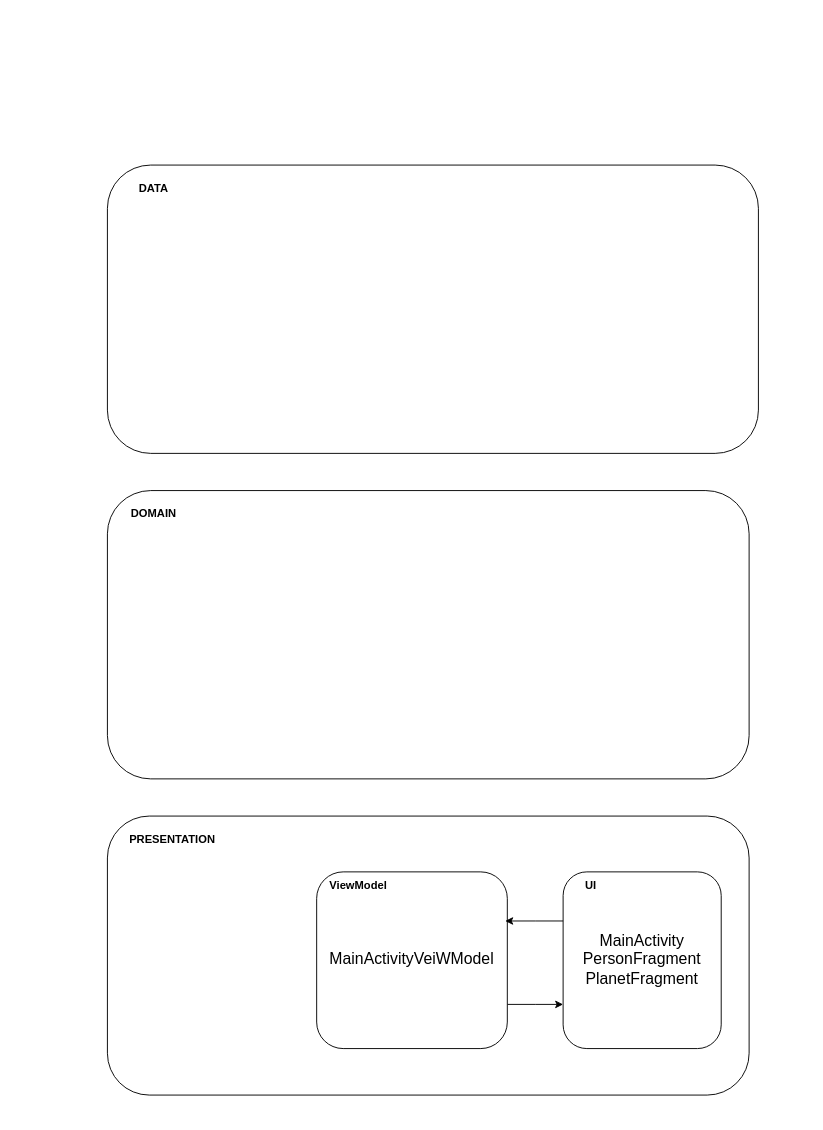
borsalinho/movieapp_test keeps this draw.io diagram as architecture.drawio. Above is the earlier version. Source tidied: cells renumbered, new cells numbered last; positions are measured from the earlier drawing's top-left corner, leaving out a move shared by most shapes. Both pictures are drawn from the tidied source at 93%, with x=0, y=0 at pixel (107, 165).
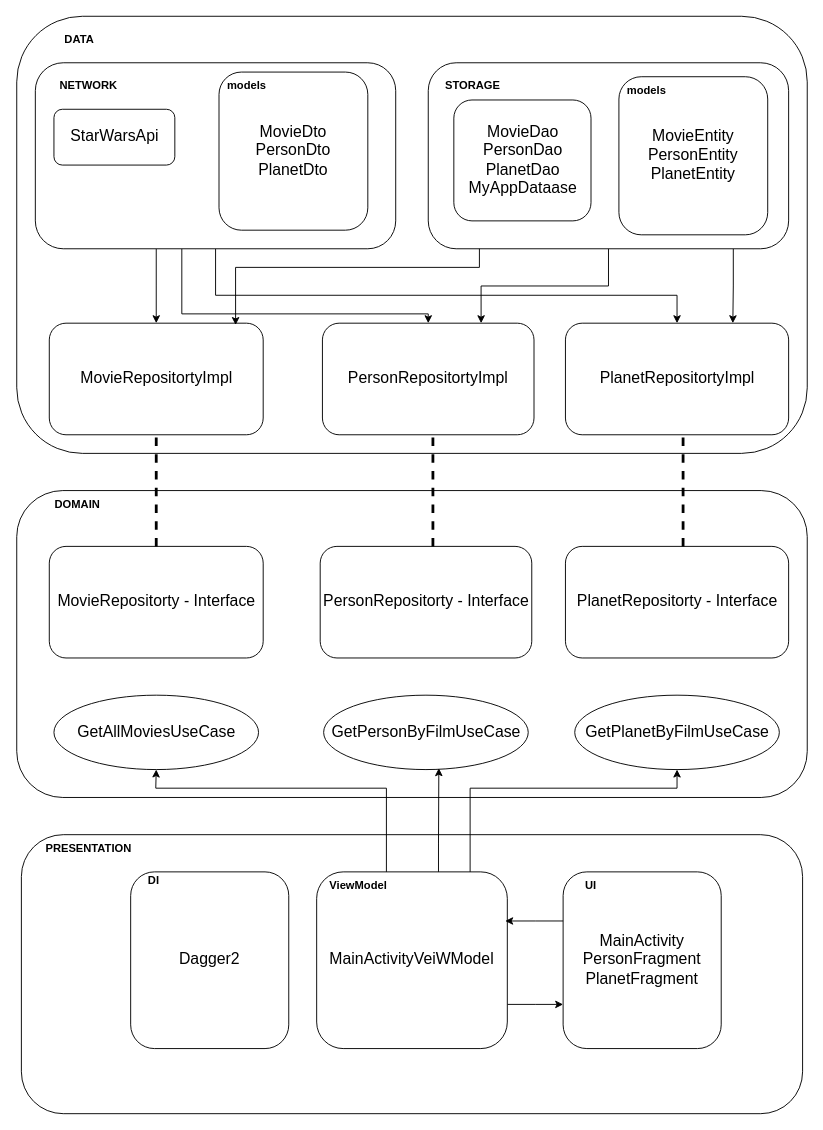
The same page after the edit.

Unchanged cells that the change refers to:
```xml
<mxCell id="9" value="&lt;font style=&quot;font-size: 17px;&quot;&gt;MainActivityVeiWModel&lt;/font&gt;" style="rounded=1;whiteSpace=wrap;html=1;" parent="1" vertex="1">
  <mxGeometry x="225" y="760" width="205" height="190" as="geometry" />
</mxCell>
```

The edit, as a diff of the source:
```diff
@@
-    <mxCell id="2" style="rounded=1;whiteSpace=wrap;html=1;fontStyle=1;" parent="1" vertex="1">
-      <mxGeometry width="700" height="310" as="geometry" />
-    </mxCell>
-    <mxCell id="3" value="DATA" style="text;html=1;align=center;verticalAlign=middle;whiteSpace=wrap;rounded=0;fontStyle=1;" parent="1" vertex="1">
-      <mxGeometry x="20" y="10" width="60" height="30" as="geometry" />
-    </mxCell>
     <mxCell id="4" style="rounded=1;whiteSpace=wrap;html=1;fontStyle=1;" parent="1" vertex="1">
-      <mxGeometry y="350" width="690" height="310" as="geometry" />
+      <mxGeometry x="-97.5" y="350" width="850" height="330" as="geometry" />
     </mxCell>
     <mxCell id="5" value="DOMAIN" style="text;html=1;align=center;verticalAlign=middle;whiteSpace=wrap;rounded=0;fontStyle=1;" parent="1" vertex="1">
-      <mxGeometry x="20" y="360" width="60" height="30" as="geometry" />
+      <mxGeometry x="-62.5" y="350" width="60" height="30" as="geometry" />
     </mxCell>
     <mxCell id="6" style="rounded=1;whiteSpace=wrap;html=1;fontStyle=1;" parent="1" vertex="1">
-      <mxGeometry y="700" width="690" height="300" as="geometry" />
+      <mxGeometry x="-92.5" y="720" width="840" height="300" as="geometry" />
     </mxCell>
     <mxCell id="7" value="PRESENTATION" style="text;html=1;align=center;verticalAlign=middle;whiteSpace=wrap;rounded=0;fontStyle=1;" parent="1" vertex="1">
-      <mxGeometry x="40" y="710" width="60" height="30" as="geometry" />
+      <mxGeometry x="-50" y="720" width="60" height="30" as="geometry" />
     </mxCell>
@@
+    <mxCell id="14" style="edgeStyle=orthogonalEdgeStyle;rounded=0;jettySize=auto;html=1;entryX=0.5;entryY=1;entryDx=0;entryDy=0;" parent="1" edge="1" source="9" target="20">
+      <mxGeometry relative="1" as="geometry">
+        <Array as="points">
+          <mxPoint x="390" y="670" />
+          <mxPoint x="613" y="670" />
+        </Array>
+      </mxGeometry>
+    </mxCell>
+    <mxCell id="15" style="edgeStyle=orthogonalEdgeStyle;rounded=0;jettySize=auto;html=1;" parent="1" edge="1" source="9" target="18">
+      <mxGeometry relative="1" as="geometry">
+        <Array as="points">
+          <mxPoint x="300" y="670" />
+          <mxPoint x="52" y="670" />
+        </Array>
+      </mxGeometry>
+    </mxCell>
@@
+    <mxCell id="16" value="&lt;font style=&quot;font-size: 17px;&quot;&gt;Dagger2&lt;/font&gt;" style="rounded=1;whiteSpace=wrap;html=1;" parent="1" vertex="1">
+      <mxGeometry x="25" y="760" width="170" height="190" as="geometry" />
+    </mxCell>
+    <mxCell id="17" value="DI" style="text;html=1;align=center;verticalAlign=middle;whiteSpace=wrap;rounded=0;fontStyle=1;" parent="1" vertex="1">
+      <mxGeometry x="20" y="760" width="60" height="20" as="geometry" />
+    </mxCell>
+    <mxCell id="18" value="&lt;font style=&quot;font-size: 17px;&quot;&gt;GetAllMoviesUseCase&lt;/font&gt;" style="ellipse;whiteSpace=wrap;html=1;" parent="1" vertex="1">
+      <mxGeometry x="-57.5" y="570" width="220" height="80" as="geometry" />
+    </mxCell>
+    <mxCell id="19" value="&lt;font style=&quot;font-size: 17px;&quot;&gt;GetPersonByFilmUseCase&lt;/font&gt;" style="ellipse;whiteSpace=wrap;html=1;" parent="1" vertex="1">
+      <mxGeometry x="232.5" y="570" width="220" height="80" as="geometry" />
+    </mxCell>
+    <mxCell id="20" value="&lt;font style=&quot;font-size: 17px;&quot;&gt;GetPlanetByFilmUseCase&lt;/font&gt;" style="ellipse;whiteSpace=wrap;html=1;" parent="1" vertex="1">
+      <mxGeometry x="502.5" y="570" width="220" height="80" as="geometry" />
+    </mxCell>
+    <mxCell id="21" value="&lt;font style=&quot;font-size: 17px;&quot;&gt;MovieRepositorty - Interface&lt;/font&gt;" style="rounded=1;whiteSpace=wrap;html=1;" parent="1" vertex="1">
+      <mxGeometry x="-62.5" y="410" width="230" height="120" as="geometry" />
+    </mxCell>
+    <mxCell id="22" value="&lt;font style=&quot;font-size: 17px;&quot;&gt;PersonRepositorty - Interface&lt;/font&gt;" style="rounded=1;whiteSpace=wrap;html=1;" parent="1" vertex="1">
+      <mxGeometry x="228.8" y="410" width="227.5" height="120" as="geometry" />
+    </mxCell>
+    <mxCell id="23" value="&lt;font style=&quot;font-size: 17px;&quot;&gt;PlanetRepositorty - Interface&lt;/font&gt;" style="rounded=1;whiteSpace=wrap;html=1;" parent="1" vertex="1">
+      <mxGeometry x="492.5" y="410" width="240" height="120" as="geometry" />
+    </mxCell>
+    <mxCell id="24" style="rounded=1;whiteSpace=wrap;html=1;fontStyle=1;" parent="1" vertex="1">
+      <mxGeometry x="-97.5" y="-160" width="850" height="470" as="geometry" />
+    </mxCell>
+    <mxCell id="3" value="DATA" style="text;html=1;align=center;verticalAlign=middle;whiteSpace=wrap;rounded=0;fontStyle=1;" parent="1" vertex="1">
+      <mxGeometry x="-60" y="-150" width="60" height="30" as="geometry" />
+    </mxCell>
+    <mxCell id="25" value="&lt;font style=&quot;font-size: 17px;&quot;&gt;MovieRepositortyImpl&lt;/font&gt;" style="rounded=1;whiteSpace=wrap;html=1;" parent="1" vertex="1">
+      <mxGeometry x="-62.5" y="170" width="230" height="120" as="geometry" />
+    </mxCell>
+    <mxCell id="26" value="&lt;font style=&quot;font-size: 17px;&quot;&gt;PersonRepositortyImpl&lt;/font&gt;" style="rounded=1;whiteSpace=wrap;html=1;" parent="1" vertex="1">
+      <mxGeometry x="231.2" y="170" width="227.5" height="120" as="geometry" />
+    </mxCell>
+    <mxCell id="27" value="&lt;font style=&quot;font-size: 17px;&quot;&gt;PlanetRepositortyImpl&lt;/font&gt;" style="rounded=1;whiteSpace=wrap;html=1;" parent="1" vertex="1">
+      <mxGeometry x="492.5" y="170" width="240" height="120" as="geometry" />
+    </mxCell>
+    <mxCell id="28" style="endArrow=none;dashed=1;html=1;rounded=0;fontSize=15;entryX=0.5;entryY=1;entryDx=0;entryDy=0;spacing=0;strokeWidth=3;" parent="1" edge="1" source="21" target="25">
+      <mxGeometry relative="1" as="geometry" />
+    </mxCell>
+    <mxCell id="29" style="endArrow=none;dashed=1;html=1;rounded=0;fontSize=15;entryX=0.5;entryY=1;entryDx=0;entryDy=0;spacing=0;strokeWidth=3;" parent="1" edge="1">
+      <mxGeometry relative="1" as="geometry">
+        <mxPoint x="350" y="410" as="sourcePoint" />
+        <mxPoint x="350" y="290" as="targetPoint" />
+      </mxGeometry>
+    </mxCell>
+    <mxCell id="30" style="endArrow=none;dashed=1;html=1;rounded=0;fontSize=15;entryX=0.5;entryY=1;entryDx=0;entryDy=0;spacing=0;strokeWidth=3;" parent="1" edge="1">
+      <mxGeometry relative="1" as="geometry">
+        <mxPoint x="619" y="410" as="sourcePoint" />
+        <mxPoint x="619" y="290" as="targetPoint" />
+      </mxGeometry>
+    </mxCell>
+    <mxCell id="31" style="edgeStyle=orthogonalEdgeStyle;rounded=0;jettySize=auto;html=1;entryX=0.563;entryY=0.982;entryDx=0;entryDy=0;entryPerimeter=0;" parent="1" edge="1" source="9" target="19">
+      <mxGeometry relative="1" as="geometry">
+        <Array as="points">
+          <mxPoint x="356" y="730" />
+          <mxPoint x="356" y="730" />
+        </Array>
+      </mxGeometry>
+    </mxCell>
+    <mxCell id="32" style="edgeStyle=orthogonalEdgeStyle;rounded=0;jettySize=auto;html=1;entryX=0.5;entryY=0;entryDx=0;entryDy=0;" parent="1" edge="1" source="35" target="25">
+      <mxGeometry relative="1" as="geometry">
+        <Array as="points">
+          <mxPoint x="53" y="130" />
+        </Array>
+      </mxGeometry>
+    </mxCell>
+    <mxCell id="33" style="edgeStyle=orthogonalEdgeStyle;rounded=0;jettySize=auto;html=1;" parent="1" edge="1" source="35" target="26">
+      <mxGeometry relative="1" as="geometry">
+        <Array as="points">
+          <mxPoint x="80" y="160" />
+          <mxPoint x="345" y="160" />
+        </Array>
+      </mxGeometry>
+    </mxCell>
+    <mxCell id="34" style="edgeStyle=orthogonalEdgeStyle;rounded=0;jettySize=auto;html=1;entryX=0.5;entryY=0;entryDx=0;entryDy=0;" parent="1" edge="1" source="35" target="27">
+      <mxGeometry relative="1" as="geometry">
+        <Array as="points">
+          <mxPoint x="116" y="140" />
+          <mxPoint x="612" y="140" />
+        </Array>
+      </mxGeometry>
+    </mxCell>
+    <mxCell id="35" style="rounded=1;whiteSpace=wrap;html=1;" parent="1" vertex="1">
+      <mxGeometry x="-77.5" y="-110" width="387.5" height="200" as="geometry" />
+    </mxCell>
+    <mxCell id="36" value="NETWORK" style="text;html=1;align=center;verticalAlign=middle;whiteSpace=wrap;rounded=0;fontStyle=1;" parent="1" vertex="1">
+      <mxGeometry x="-50" y="-100" width="60" height="30" as="geometry" />
+    </mxCell>
+    <mxCell id="37" style="edgeStyle=orthogonalEdgeStyle;rounded=0;jettySize=auto;html=1;entryX=0.75;entryY=0;entryDx=0;entryDy=0;" parent="1" edge="1" source="39" target="27">
+      <mxGeometry relative="1" as="geometry">
+        <Array as="points">
+          <mxPoint x="673" y="130" />
+          <mxPoint x="673" y="130" />
+        </Array>
+      </mxGeometry>
+    </mxCell>
+    <mxCell id="38" style="edgeStyle=orthogonalEdgeStyle;rounded=0;jettySize=auto;html=1;entryX=0.75;entryY=0;entryDx=0;entryDy=0;" parent="1" edge="1" source="39" target="26">
+      <mxGeometry relative="1" as="geometry" />
+    </mxCell>
+    <mxCell id="39" style="rounded=1;whiteSpace=wrap;html=1;" parent="1" vertex="1">
+      <mxGeometry x="345" y="-110" width="387.5" height="200" as="geometry" />
+    </mxCell>
+    <mxCell id="40" value="STORAGE" style="text;html=1;align=center;verticalAlign=middle;whiteSpace=wrap;rounded=0;fontStyle=1;" parent="1" vertex="1">
+      <mxGeometry x="362.5" y="-100" width="60" height="30" as="geometry" />
+    </mxCell>
+    <mxCell id="41" value="&lt;font style=&quot;font-size: 17px;&quot;&gt;StarWarsApi&lt;/font&gt;" style="rounded=1;whiteSpace=wrap;html=1;" parent="1" vertex="1">
+      <mxGeometry x="-57.5" y="-60" width="130" height="60" as="geometry" />
+    </mxCell>
+    <mxCell id="42" value="&lt;font style=&quot;font-size: 17px;&quot;&gt;MovieDto&lt;/font&gt;&lt;div&gt;&lt;font style=&quot;font-size: 17px;&quot;&gt;PersonDto&lt;/font&gt;&lt;/div&gt;&lt;div&gt;&lt;font style=&quot;font-size: 17px;&quot;&gt;PlanetDto&lt;/font&gt;&lt;/div&gt;" style="rounded=1;whiteSpace=wrap;html=1;" parent="1" vertex="1">
+      <mxGeometry x="120" y="-100" width="160" height="170" as="geometry" />
+    </mxCell>
+    <mxCell id="43" value="models" style="text;html=1;align=center;verticalAlign=middle;whiteSpace=wrap;rounded=0;fontStyle=1;" parent="1" vertex="1">
+      <mxGeometry x="120" y="-100" width="60" height="30" as="geometry" />
+    </mxCell>
+    <mxCell id="44" value="&lt;font style=&quot;font-size: 17px;&quot;&gt;MovieEntity&lt;/font&gt;&lt;div&gt;&lt;font style=&quot;font-size: 17px;&quot;&gt;Person&lt;/font&gt;&lt;span style=&quot;font-size: 17px; background-color: initial;&quot;&gt;Entity&lt;/span&gt;&lt;/div&gt;&lt;div&gt;&lt;font style=&quot;font-size: 17px;&quot;&gt;Planet&lt;/font&gt;&lt;span style=&quot;font-size: 17px; background-color: initial;&quot;&gt;Entity&lt;/span&gt;&lt;/div&gt;" style="rounded=1;whiteSpace=wrap;html=1;" parent="1" vertex="1">
+      <mxGeometry x="550" y="-95" width="160" height="170" as="geometry" />
+    </mxCell>
+    <mxCell id="45" value="models" style="text;html=1;align=center;verticalAlign=middle;whiteSpace=wrap;rounded=0;fontStyle=1;" parent="1" vertex="1">
+      <mxGeometry x="550" y="-95" width="60" height="30" as="geometry" />
+    </mxCell>
+    <mxCell id="46" value="&lt;font style=&quot;font-size: 17px;&quot;&gt;MovieDao&lt;/font&gt;&lt;div&gt;&lt;font style=&quot;font-size: 17px;&quot;&gt;PersonDao&lt;/font&gt;&lt;/div&gt;&lt;div&gt;&lt;font style=&quot;font-size: 17px;&quot;&gt;PlanetDao&lt;/font&gt;&lt;/div&gt;&lt;div&gt;&lt;font style=&quot;font-size: 17px;&quot;&gt;MyAppDataase&lt;/font&gt;&lt;/div&gt;" style="rounded=1;whiteSpace=wrap;html=1;" parent="1" vertex="1">
+      <mxGeometry x="372.5" y="-70" width="147.5" height="130" as="geometry" />
+    </mxCell>
+    <mxCell id="47" style="edgeStyle=orthogonalEdgeStyle;rounded=0;jettySize=auto;html=1;entryX=0.871;entryY=0.016;entryDx=0;entryDy=0;entryPerimeter=0;" parent="1" edge="1" source="39" target="25">
+      <mxGeometry relative="1" as="geometry">
+        <Array as="points">
+          <mxPoint x="400" y="110" />
+          <mxPoint x="138" y="110" />
+        </Array>
+      </mxGeometry>
+    </mxCell>
```
